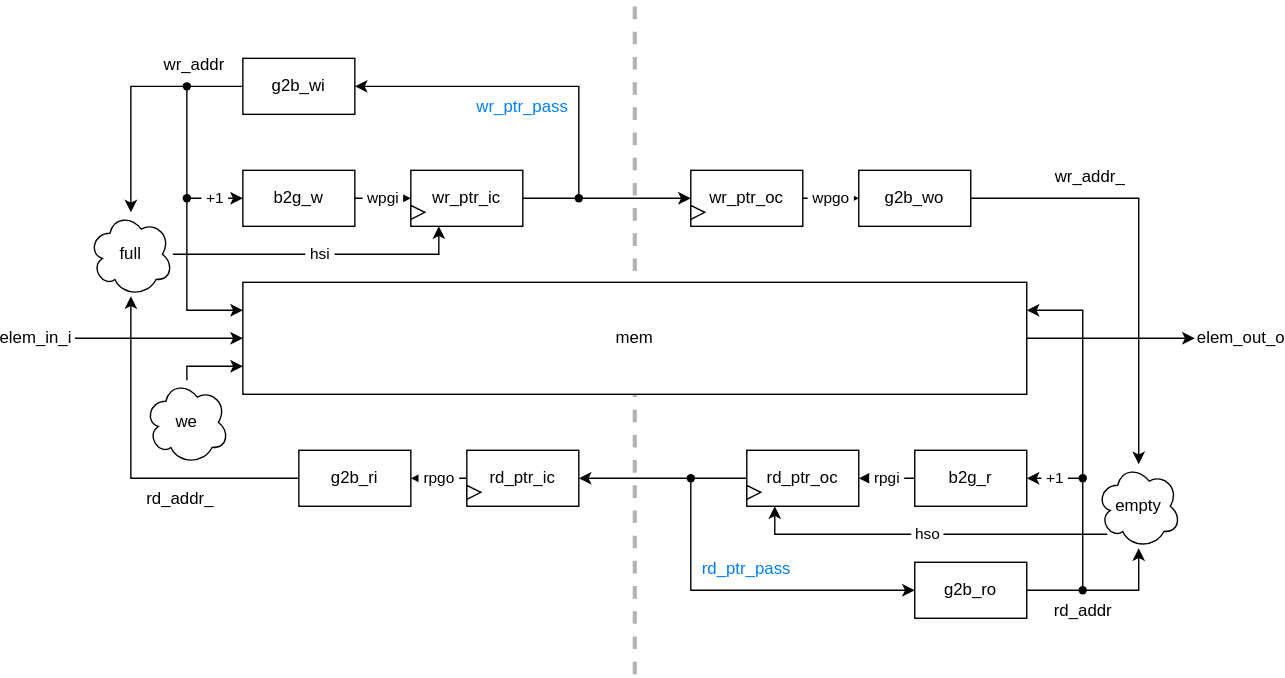
This is docs/rtl/cdc_fifo_des.svg from squared-studio/common, a draw.io export, as it was before one commit. Source tidied: cells renumbered, new cells last; positions are measured from the earlier drawing's top-left corner, leaving out a move shared by most shapes.
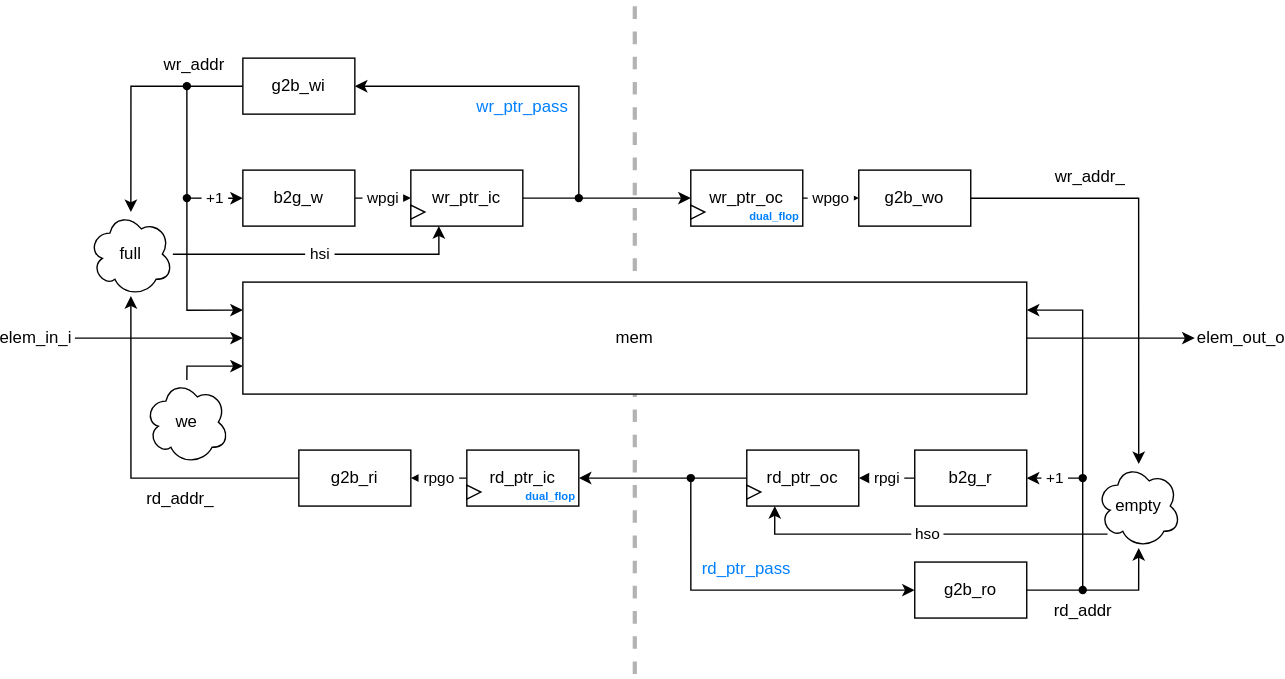
After the commit.

What changed in the source:
```diff
@@ -212,5 +212,11 @@
     <mxCell id="59" value="rd_addr_" style="text;html=1;align=center;verticalAlign=middle;strokeColor=none;fillColor=none;" parent="1" vertex="1">
       <mxGeometry x="50" y="340" width="70" height="30" as="geometry" />
     </mxCell>
+    <mxCell id="60" value="dual_flop" style="whiteSpace=wrap;html=1;strokeColor=none;fillColor=none;fontColor=#007FFF;fontSize=8;fontStyle=1;spacing=0;" parent="1" vertex="1">
+      <mxGeometry x="490" y="148" width="40" height="10" as="geometry" />
+    </mxCell>
+    <mxCell id="61" value="dual_flop" style="whiteSpace=wrap;html=1;strokeColor=none;fillColor=none;fontColor=#007FFF;fontSize=8;fontStyle=1;spacing=0;" parent="1" vertex="1">
+      <mxGeometry x="330" y="348" width="40" height="10" as="geometry" />
+    </mxCell>
   </root>
 </mxGraphModel>
```
